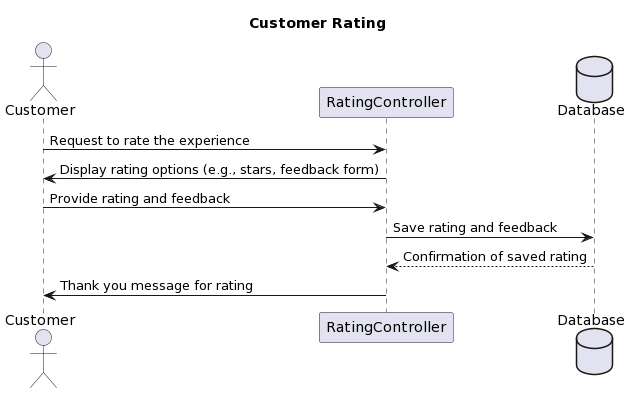
Before: Lab 1.2/Sequence Diagram/Customer Rating/Customer Rating.png, a diagram exported from PlantUML (VietQuoc29/SE357-Pratice-class). Source of this version:
```plantuml
@startuml
title Customer Rating

actor Customer
participant RatingController
database Database

Customer -> RatingController: Request to rate the experience
RatingController -> Customer: Display rating options (e.g., stars, feedback form)
Customer -> RatingController: Provide rating and feedback
RatingController -> Database: Save rating and feedback
Database --> RatingController: Confirmation of saved rating
RatingController -> Customer: Thank you message for rating
@enduml
```
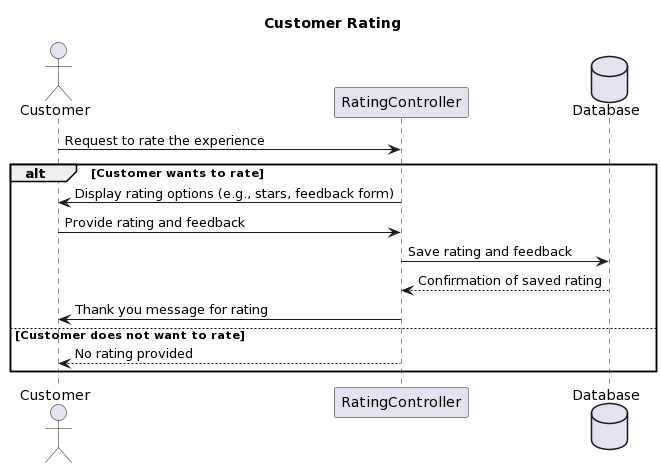
Above is the later version.

The edit, as a diff of the source:
```diff
@@ -6,9 +6,14 @@
 database Database
 
 Customer -> RatingController: Request to rate the experience
-RatingController -> Customer: Display rating options (e.g., stars, feedback form)
-Customer -> RatingController: Provide rating and feedback
-RatingController -> Database: Save rating and feedback
-Database --> RatingController: Confirmation of saved rating
-RatingController -> Customer: Thank you message for rating
+
+alt Customer wants to rate
+    RatingController -> Customer: Display rating options (e.g., stars, feedback form)
+    Customer -> RatingController: Provide rating and feedback
+    RatingController -> Database: Save rating and feedback
+    Database --> RatingController: Confirmation of saved rating
+    RatingController -> Customer: Thank you message for rating
+else Customer does not want to rate
+    RatingController --> Customer: No rating provided
+end
 @enduml
```
